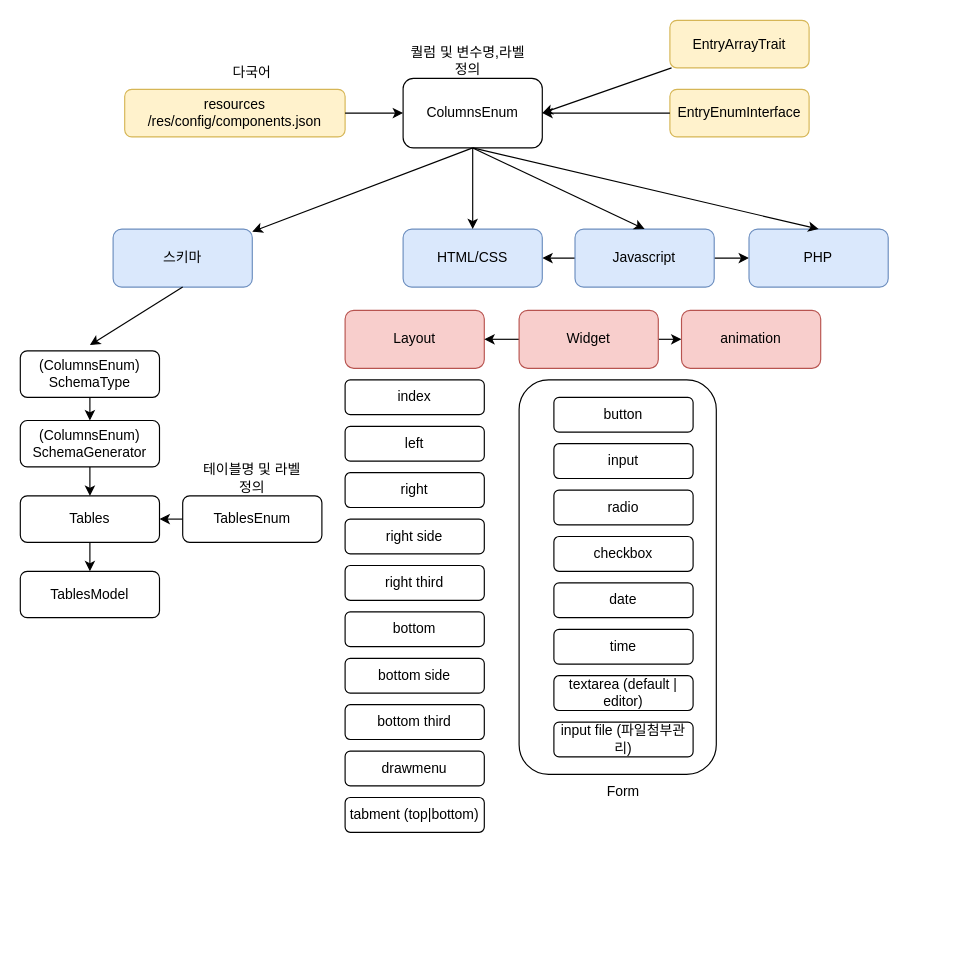
The draw.io diagram components.drawio in apmsoft/flexphp, before the edit. Source tidied: cells renumbered, new cells numbered last; positions are measured from the earlier drawing's top-left corner, leaving out a move shared by most shapes. Both pictures are drawn from the tidied source at 116%, with x=0, y=0 at pixel (20, 20).
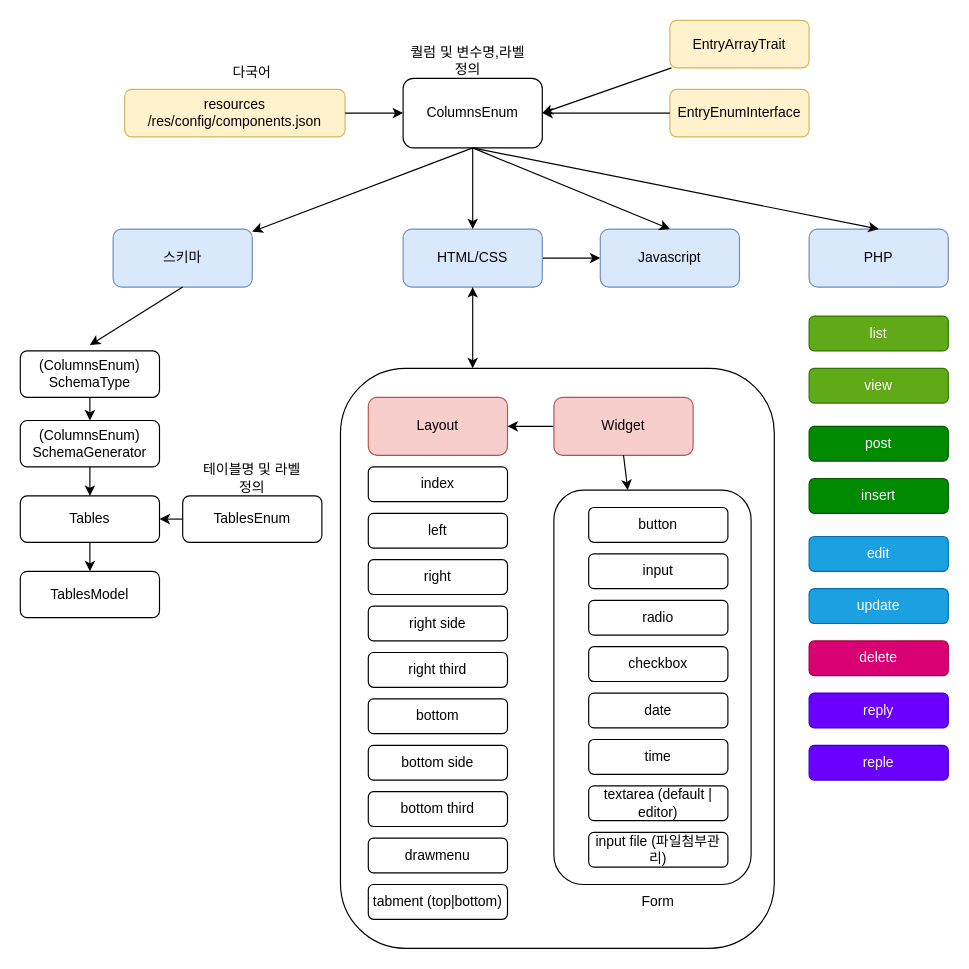
Above is the later version.

Commit message:
맵업데이트

Unchanged cells that the change refers to:
```xml
<mxCell id="18" value="HTML/CSS" style="rounded=1;whiteSpace=wrap;html=1;fillColor=#dae8fc;strokeColor=#6c8ebf;" parent="1" vertex="1">
  <mxGeometry x="330" y="180" width="120" height="50" as="geometry" />
</mxCell>
```

Diff of the diagram source:
```diff
@@
+    <mxCell id="56" style="rounded=1;whiteSpace=wrap;html=1;" parent="1" vertex="1">
+      <mxGeometry x="276" y="300" width="374" height="500" as="geometry" />
+    </mxCell>
     <mxCell id="2" style="rounded=1;whiteSpace=wrap;html=1;" parent="1" vertex="1">
-      <mxGeometry x="430" y="310" width="170" height="340" as="geometry" />
+      <mxGeometry x="460" y="405" width="170" height="340" as="geometry" />
     </mxCell>
-    <mxCell id="3" style="endArrow=classic;startArrow=none;html=1;exitX=1;exitY=0.5;exitDx=0;exitDy=0;entryX=0;entryY=0.5;entryDx=0;entryDy=0;" parent="1" edge="1" source="54" target="43">
-      <mxGeometry relative="1" as="geometry" />
-    </mxCell>
-    <mxCell id="4" style="endArrow=classic;startArrow=classic;html=1;exitX=1;exitY=0.5;exitDx=0;exitDy=0;" parent="1" edge="1" source="18" target="22">
+    <mxCell id="4" style="endArrow=classic;startArrow=none;html=1;exitX=1;exitY=0.5;exitDx=0;exitDy=0;entryX=0;entryY=0.5;entryDx=0;entryDy=0;startFill=0;" parent="1" edge="1" source="18" target="19">
       <mxGeometry relative="1" as="geometry" />
     </mxCell>
@@
     <mxCell id="19" value="Javascript" style="rounded=1;whiteSpace=wrap;html=1;fillColor=#dae8fc;strokeColor=#6c8ebf;" parent="1" vertex="1">
-      <mxGeometry x="478.2" y="180" width="120" height="50" as="geometry" />
+      <mxGeometry x="500" y="180" width="120" height="50" as="geometry" />
     </mxCell>
@@
     <mxCell id="22" value="PHP" style="rounded=1;whiteSpace=wrap;html=1;fillColor=#dae8fc;strokeColor=#6c8ebf;" parent="1" vertex="1">
-      <mxGeometry x="628.2" y="180" width="120" height="50" as="geometry" />
+      <mxGeometry x="680" y="180" width="120" height="50" as="geometry" />
     </mxCell>
@@
     <mxCell id="24" value="button" style="rounded=1;whiteSpace=wrap;html=1;" parent="1" vertex="1">
-      <mxGeometry x="460" y="325" width="120" height="30" as="geometry" />
+      <mxGeometry x="490" y="420" width="120" height="30" as="geometry" />
     </mxCell>
     <mxCell id="25" value="input" style="rounded=1;whiteSpace=wrap;html=1;" parent="1" vertex="1">
-      <mxGeometry x="460" y="365" width="120" height="30" as="geometry" />
+      <mxGeometry x="490" y="460" width="120" height="30" as="geometry" />
     </mxCell>
     <mxCell id="26" value="radio" style="rounded=1;whiteSpace=wrap;html=1;" parent="1" vertex="1">
-      <mxGeometry x="460" y="405" width="120" height="30" as="geometry" />
+      <mxGeometry x="490" y="500" width="120" height="30" as="geometry" />
     </mxCell>
     <mxCell id="27" value="date" style="rounded=1;whiteSpace=wrap;html=1;" parent="1" vertex="1">
-      <mxGeometry x="460" y="485" width="120" height="30" as="geometry" />
+      <mxGeometry x="490" y="580" width="120" height="30" as="geometry" />
     </mxCell>
     <mxCell id="28" value="time" style="rounded=1;whiteSpace=wrap;html=1;" parent="1" vertex="1">
-      <mxGeometry x="460" y="525" width="120" height="30" as="geometry" />
+      <mxGeometry x="490" y="620" width="120" height="30" as="geometry" />
     </mxCell>
     <mxCell id="29" value="checkbox" style="rounded=1;whiteSpace=wrap;html=1;" parent="1" vertex="1">
-      <mxGeometry x="460" y="445" width="120" height="30" as="geometry" />
+      <mxGeometry x="490" y="540" width="120" height="30" as="geometry" />
     </mxCell>
     <mxCell id="30" value="Layout" style="rounded=1;whiteSpace=wrap;html=1;fillColor=#f8cecc;strokeColor=#b85450;" parent="1" vertex="1">
-      <mxGeometry x="280" y="250" width="120" height="50" as="geometry" />
+      <mxGeometry x="300" y="325" width="120" height="50" as="geometry" />
     </mxCell>
     <mxCell id="31" value="index" style="rounded=1;whiteSpace=wrap;html=1;" parent="1" vertex="1">
-      <mxGeometry x="280" y="310" width="120" height="30" as="geometry" />
+      <mxGeometry x="300" y="385" width="120" height="30" as="geometry" />
     </mxCell>
     <mxCell id="32" value="left" style="rounded=1;whiteSpace=wrap;html=1;" parent="1" vertex="1">
-      <mxGeometry x="280" y="350" width="120" height="30" as="geometry" />
+      <mxGeometry x="300" y="425" width="120" height="30" as="geometry" />
     </mxCell>
     <mxCell id="33" value="right" style="rounded=1;whiteSpace=wrap;html=1;" parent="1" vertex="1">
-      <mxGeometry x="280" y="390" width="120" height="30" as="geometry" />
+      <mxGeometry x="300" y="465" width="120" height="30" as="geometry" />
     </mxCell>
     <mxCell id="34" value="right side" style="rounded=1;whiteSpace=wrap;html=1;" parent="1" vertex="1">
-      <mxGeometry x="280" y="430" width="120" height="30" as="geometry" />
+      <mxGeometry x="300" y="505" width="120" height="30" as="geometry" />
     </mxCell>
     <mxCell id="35" value="right third" style="rounded=1;whiteSpace=wrap;html=1;" parent="1" vertex="1">
-      <mxGeometry x="280" y="470" width="120" height="30" as="geometry" />
+      <mxGeometry x="300" y="545" width="120" height="30" as="geometry" />
     </mxCell>
     <mxCell id="36" value="bottom" style="rounded=1;whiteSpace=wrap;html=1;" parent="1" vertex="1">
-      <mxGeometry x="280" y="510" width="120" height="30" as="geometry" />
+      <mxGeometry x="300" y="585" width="120" height="30" as="geometry" />
     </mxCell>
     <mxCell id="37" value="bottom side" style="rounded=1;whiteSpace=wrap;html=1;" parent="1" vertex="1">
-      <mxGeometry x="280" y="550" width="120" height="30" as="geometry" />
+      <mxGeometry x="300" y="625" width="120" height="30" as="geometry" />
     </mxCell>
     <mxCell id="38" value="bottom third" style="rounded=1;whiteSpace=wrap;html=1;" parent="1" vertex="1">
-      <mxGeometry x="280" y="590" width="120" height="30" as="geometry" />
+      <mxGeometry x="300" y="665" width="120" height="30" as="geometry" />
     </mxCell>
     <mxCell id="39" value="drawmenu" style="rounded=1;whiteSpace=wrap;html=1;" parent="1" vertex="1">
-      <mxGeometry x="280" y="630" width="120" height="30" as="geometry" />
+      <mxGeometry x="300" y="705" width="120" height="30" as="geometry" />
     </mxCell>
     <mxCell id="40" value="tabment (top|bottom)" style="rounded=1;whiteSpace=wrap;html=1;" parent="1" vertex="1">
-      <mxGeometry x="280" y="670" width="120" height="30" as="geometry" />
+      <mxGeometry x="300" y="745" width="120" height="30" as="geometry" />
     </mxCell>
     <mxCell id="41" value="textarea (default | editor)" style="rounded=1;whiteSpace=wrap;html=1;" parent="1" vertex="1">
-      <mxGeometry x="460" y="565" width="120" height="30" as="geometry" />
+      <mxGeometry x="490" y="660" width="120" height="30" as="geometry" />
     </mxCell>
     <mxCell id="42" value="input file (파일첨부관리)" style="rounded=1;whiteSpace=wrap;html=1;" parent="1" vertex="1">
-      <mxGeometry x="460" y="605" width="120" height="30" as="geometry" />
+      <mxGeometry x="490" y="700" width="120" height="30" as="geometry" />
     </mxCell>
-    <mxCell id="43" value="animation" style="rounded=1;whiteSpace=wrap;html=1;fillColor=#f8cecc;strokeColor=#b85450;" parent="1" vertex="1">
-      <mxGeometry x="570" y="250" width="120" height="50" as="geometry" />
-    </mxCell>
@@
     <mxCell id="54" value="Widget" style="rounded=1;whiteSpace=wrap;html=1;fillColor=#f8cecc;strokeColor=#b85450;" parent="1" vertex="1">
-      <mxGeometry x="430" y="250" width="120" height="50" as="geometry" />
+      <mxGeometry x="460" y="325" width="120" height="50" as="geometry" />
     </mxCell>
     <mxCell id="55" value="Form" style="text;html=1;strokeColor=none;fillColor=none;align=center;verticalAlign=middle;whiteSpace=wrap;rounded=0;" parent="1" vertex="1">
-      <mxGeometry x="490" y="650" width="60" height="30" as="geometry" />
+      <mxGeometry x="520" y="745" width="60" height="30" as="geometry" />
     </mxCell>
+    <mxCell id="57" style="endArrow=none;startArrow=classic;html=1;entryX=0.5;entryY=1;entryDx=0;entryDy=0;" parent="1" edge="1" source="2" target="54">
+      <mxGeometry relative="1" as="geometry" />
+    </mxCell>
+    <mxCell id="58" style="endArrow=classic;html=1;exitX=0.5;exitY=1;exitDx=0;exitDy=0;startArrow=classic;startFill=1;" parent="1" edge="1" source="18">
+      <mxGeometry relative="1" as="geometry">
+        <mxPoint x="390" y="300" as="targetPoint" />
+      </mxGeometry>
+    </mxCell>
+    <mxCell id="59" value="list" style="rounded=1;whiteSpace=wrap;html=1;fillColor=#60a917;strokeColor=#2D7600;fontColor=#ffffff;" parent="1" vertex="1">
+      <mxGeometry x="680" y="255" width="120" height="30" as="geometry" />
+    </mxCell>
+    <mxCell id="60" value="view" style="rounded=1;whiteSpace=wrap;html=1;fillColor=#60a917;strokeColor=#2D7600;fontColor=#ffffff;" parent="1" vertex="1">
+      <mxGeometry x="680" y="300" width="120" height="30" as="geometry" />
+    </mxCell>
+    <mxCell id="61" value="post" style="rounded=1;whiteSpace=wrap;html=1;fillColor=#008a00;fontColor=#ffffff;strokeColor=#005700;" parent="1" vertex="1">
+      <mxGeometry x="680" y="350" width="120" height="30" as="geometry" />
+    </mxCell>
+    <mxCell id="62" value="insert" style="rounded=1;whiteSpace=wrap;html=1;fillColor=#008a00;fontColor=#ffffff;strokeColor=#005700;" parent="1" vertex="1">
+      <mxGeometry x="680" y="395" width="120" height="30" as="geometry" />
+    </mxCell>
+    <mxCell id="63" value="edit" style="rounded=1;whiteSpace=wrap;html=1;fillColor=#1ba1e2;fontColor=#ffffff;strokeColor=#006EAF;" parent="1" vertex="1">
+      <mxGeometry x="680" y="445" width="120" height="30" as="geometry" />
+    </mxCell>
+    <mxCell id="64" value="update" style="rounded=1;whiteSpace=wrap;html=1;fillColor=#1ba1e2;fontColor=#ffffff;strokeColor=#006EAF;" parent="1" vertex="1">
+      <mxGeometry x="680" y="490" width="120" height="30" as="geometry" />
+    </mxCell>
+    <mxCell id="65" value="reply" style="rounded=1;whiteSpace=wrap;html=1;fillColor=#6a00ff;strokeColor=#3700CC;fontColor=#ffffff;" parent="1" vertex="1">
+      <mxGeometry x="680" y="580" width="120" height="30" as="geometry" />
+    </mxCell>
+    <mxCell id="66" value="reple" style="rounded=1;whiteSpace=wrap;html=1;fillColor=#6a00ff;strokeColor=#3700CC;fontColor=#ffffff;" parent="1" vertex="1">
+      <mxGeometry x="680" y="625" width="120" height="30" as="geometry" />
+    </mxCell>
+    <mxCell id="67" value="delete" style="rounded=1;whiteSpace=wrap;html=1;fillColor=#d80073;fontColor=#ffffff;strokeColor=#A50040;" parent="1" vertex="1">
+      <mxGeometry x="680" y="535" width="120" height="30" as="geometry" />
+    </mxCell>
```
